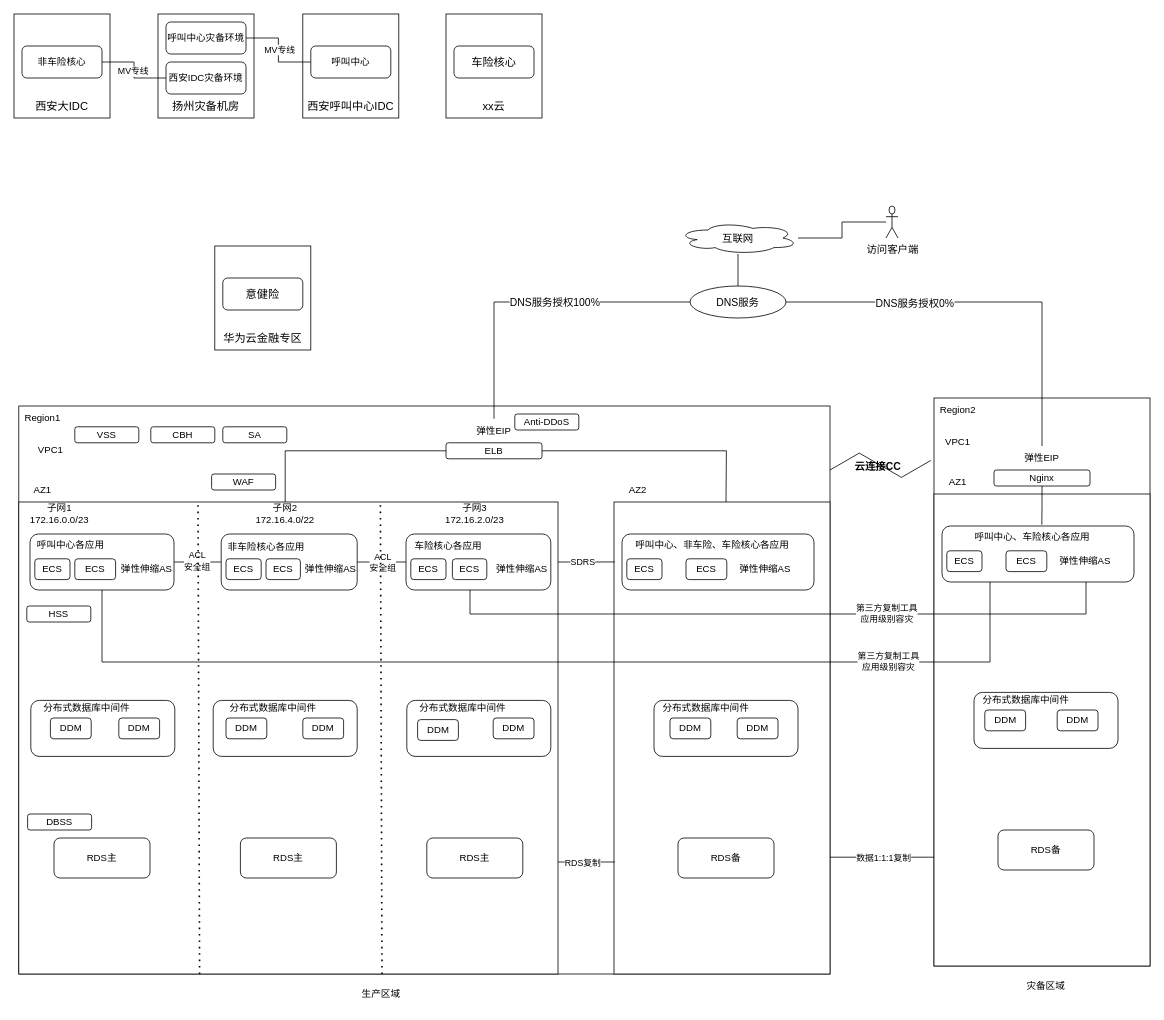
Above: 华为云上云架构设计研讨.drawio in wucaitian/wucaitian (draw.io), before the change. Source tidied: cells renumbered, new cells numbered last; positions are measured from the earlier drawing's top-left corner, leaving out a move shared by most shapes. Both pictures are drawn from the tidied source at 80%, with x=0, y=0 at pixel (14, 14).
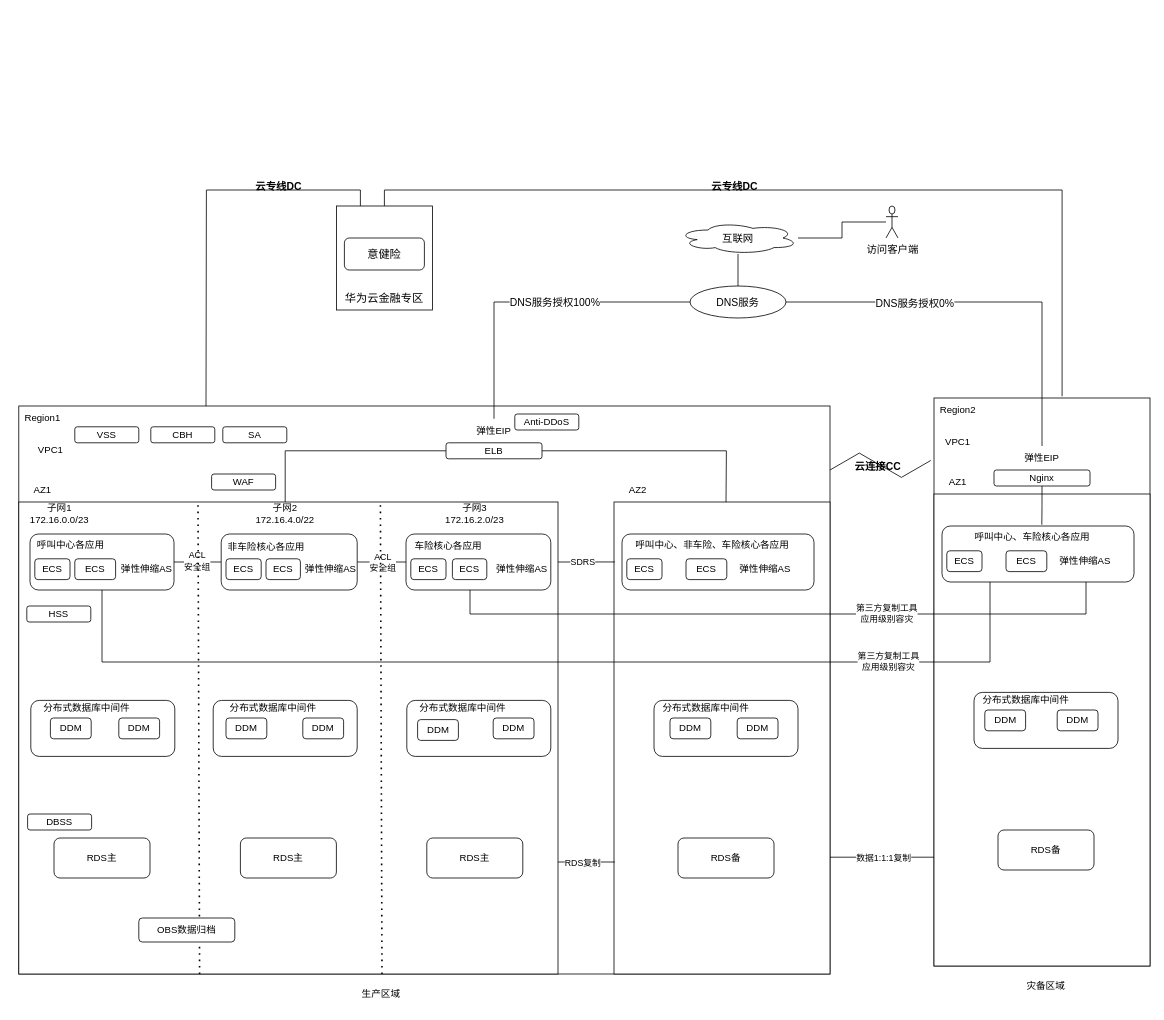
The same diagram, later.

Commit message:
更新华为云上云架构设计研讨.drawio

The change refers to these unchanged cells:
```xml
<mxCell id="25" value="&lt;p style=&quot;margin: 0pt 0pt 0.0001pt; text-align: justify; font-family: Calibri; font-size: 10.5pt;&quot; class=&quot;MsoNormal&quot;&gt;&lt;br&gt;&lt;/p&gt;" style="rounded=0;whiteSpace=wrap;html=1;" parent="1" vertex="1">
  <mxGeometry x="1150" y="480" width="270" height="710" as="geometry" />
</mxCell>
```

Diff of the diagram source:
```diff
@@
-    <mxCell id="2" value="&lt;p style=&quot;margin: 0pt 0pt 0.0001pt; text-align: justify; font-family: Calibri; font-size: 10.5pt;&quot; class=&quot;MsoNormal&quot;&gt;&lt;br&gt;&lt;/p&gt;&lt;p style=&quot;margin: 0pt 0pt 0.0001pt; text-align: justify; font-family: Calibri; font-size: 10.5pt;&quot; class=&quot;MsoNormal&quot;&gt;&lt;br&gt;&lt;/p&gt;&lt;p style=&quot;margin: 0pt 0pt 0.0001pt; text-align: justify; font-family: Calibri; font-size: 10.5pt;&quot; class=&quot;MsoNormal&quot;&gt;&lt;br&gt;&lt;/p&gt;&lt;p style=&quot;margin: 0pt 0pt 0.0001pt; text-align: justify; font-family: Calibri; font-size: 10.5pt;&quot; class=&quot;MsoNormal&quot;&gt;&lt;br&gt;&lt;/p&gt;&lt;p style=&quot;margin: 0pt 0pt 0.0001pt; text-align: justify; font-family: Calibri; font-size: 10.5pt;&quot; class=&quot;MsoNormal&quot;&gt;&lt;br&gt;&lt;/p&gt;&lt;p style=&quot;margin: 0pt 0pt 0.0001pt; text-align: justify; font-family: Calibri; font-size: 10.5pt;&quot; class=&quot;MsoNormal&quot;&gt;&lt;br&gt;&lt;/p&gt;&lt;p style=&quot;margin: 0pt 0pt 0.0001pt; text-align: justify; font-family: Calibri; font-size: 10.5pt;&quot; class=&quot;MsoNormal&quot;&gt;&lt;font face=&quot;仿宋_GB2312&quot;&gt;西安大&lt;/font&gt;&lt;font face=&quot;仿宋_GB2312&quot;&gt;IDC&lt;/font&gt;&lt;/p&gt;" style="rounded=0;whiteSpace=wrap;html=1;" parent="1" vertex="1">
-      <mxGeometry width="120" height="130" as="geometry" />
-    </mxCell>
-    <mxCell id="3" value="&lt;p style=&quot;margin: 0pt 0pt 0.0001pt; text-align: justify; font-family: Calibri; font-size: 10.5pt;&quot; class=&quot;MsoNormal&quot;&gt;&lt;br&gt;&lt;/p&gt;&lt;p style=&quot;margin: 0pt 0pt 0.0001pt; text-align: justify; font-family: Calibri; font-size: 10.5pt;&quot; class=&quot;MsoNormal&quot;&gt;&lt;br&gt;&lt;/p&gt;&lt;p style=&quot;margin: 0pt 0pt 0.0001pt; text-align: justify; font-family: Calibri; font-size: 10.5pt;&quot; class=&quot;MsoNormal&quot;&gt;&lt;br&gt;&lt;/p&gt;&lt;p style=&quot;margin: 0pt 0pt 0.0001pt; text-align: justify; font-family: Calibri; font-size: 10.5pt;&quot; class=&quot;MsoNormal&quot;&gt;&lt;br&gt;&lt;/p&gt;&lt;p style=&quot;margin: 0pt 0pt 0.0001pt; text-align: justify; font-family: Calibri; font-size: 10.5pt;&quot; class=&quot;MsoNormal&quot;&gt;&lt;br&gt;&lt;/p&gt;&lt;p style=&quot;margin: 0pt 0pt 0.0001pt; text-align: justify; font-family: Calibri; font-size: 10.5pt;&quot; class=&quot;MsoNormal&quot;&gt;&lt;br&gt;&lt;/p&gt;&lt;p style=&quot;margin: 0pt 0pt 0.0001pt; text-align: justify; font-family: Calibri; font-size: 10.5pt;&quot; class=&quot;MsoNormal&quot;&gt;&lt;font face=&quot;仿宋_GB2312&quot;&gt;扬州灾备机房&lt;/font&gt;&lt;/p&gt;" style="rounded=0;whiteSpace=wrap;html=1;" parent="1" vertex="1">
-      <mxGeometry x="180" width="120" height="130" as="geometry" />
-    </mxCell>
-    <mxCell id="4" value="&lt;p style=&quot;margin: 0pt 0pt 0.0001pt; text-align: justify; font-family: Calibri; font-size: 10.5pt;&quot; class=&quot;MsoNormal&quot;&gt;&lt;br&gt;&lt;/p&gt;&lt;p style=&quot;margin: 0pt 0pt 0.0001pt; text-align: justify; font-family: Calibri; font-size: 10.5pt;&quot; class=&quot;MsoNormal&quot;&gt;&lt;font face=&quot;仿宋_GB2312&quot;&gt;&lt;br&gt;&lt;/font&gt;&lt;/p&gt;&lt;p style=&quot;margin: 0pt 0pt 0.0001pt; text-align: justify; font-family: Calibri; font-size: 10.5pt;&quot; class=&quot;MsoNormal&quot;&gt;&lt;font face=&quot;仿宋_GB2312&quot;&gt;&lt;br&gt;&lt;/font&gt;&lt;/p&gt;&lt;p style=&quot;margin: 0pt 0pt 0.0001pt; text-align: justify; font-family: Calibri; font-size: 10.5pt;&quot; class=&quot;MsoNormal&quot;&gt;&lt;font face=&quot;仿宋_GB2312&quot;&gt;&lt;br&gt;&lt;/font&gt;&lt;/p&gt;&lt;p style=&quot;margin: 0pt 0pt 0.0001pt; text-align: justify; font-family: Calibri; font-size: 10.5pt;&quot; class=&quot;MsoNormal&quot;&gt;&lt;font face=&quot;仿宋_GB2312&quot;&gt;&lt;br&gt;&lt;/font&gt;&lt;/p&gt;&lt;p style=&quot;margin: 0pt 0pt 0.0001pt; text-align: justify; font-family: Calibri; font-size: 10.5pt;&quot; class=&quot;MsoNormal&quot;&gt;&lt;font face=&quot;仿宋_GB2312&quot;&gt;&lt;br&gt;&lt;/font&gt;&lt;/p&gt;&lt;p style=&quot;margin: 0pt 0pt 0.0001pt; text-align: justify; font-family: Calibri; font-size: 10.5pt;&quot; class=&quot;MsoNormal&quot;&gt;&lt;font style=&quot;font-size: 10.5pt;&quot; face=&quot;仿宋_GB2312&quot;&gt;西安呼叫中心&lt;/font&gt;&lt;font style=&quot;font-size: 10.5pt;&quot; face=&quot;仿宋_GB2312&quot;&gt;IDC&lt;/font&gt;&lt;br&gt;&lt;/p&gt;" style="rounded=0;whiteSpace=wrap;html=1;" parent="1" vertex="1">
-      <mxGeometry x="361" width="120" height="130" as="geometry" />
-    </mxCell>
-    <mxCell id="5" value="&lt;p style=&quot;margin: 0pt 0pt 0.0001pt; text-align: justify; font-family: Calibri; font-size: 10.5pt;&quot; class=&quot;MsoNormal&quot;&gt;&lt;span style=&quot;font-family: 仿宋_GB2312; font-size: 10.5pt;&quot;&gt;&lt;br&gt;&lt;/span&gt;&lt;/p&gt;&lt;p style=&quot;margin: 0pt 0pt 0.0001pt; text-align: justify; font-family: Calibri; font-size: 10.5pt;&quot; class=&quot;MsoNormal&quot;&gt;&lt;span style=&quot;font-family: 仿宋_GB2312; font-size: 10.5pt;&quot;&gt;&lt;br&gt;&lt;/span&gt;&lt;/p&gt;&lt;p style=&quot;margin: 0pt 0pt 0.0001pt; text-align: justify; font-family: Calibri; font-size: 10.5pt;&quot; class=&quot;MsoNormal&quot;&gt;&lt;span style=&quot;font-family: 仿宋_GB2312; font-size: 10.5pt;&quot;&gt;&lt;br&gt;&lt;/span&gt;&lt;/p&gt;&lt;p style=&quot;margin: 0pt 0pt 0.0001pt; text-align: justify; font-family: Calibri; font-size: 10.5pt;&quot; class=&quot;MsoNormal&quot;&gt;&lt;span style=&quot;font-family: 仿宋_GB2312; font-size: 10.5pt;&quot;&gt;&lt;br&gt;&lt;/span&gt;&lt;/p&gt;&lt;p style=&quot;margin: 0pt 0pt 0.0001pt; text-align: justify; font-family: Calibri; font-size: 10.5pt;&quot; class=&quot;MsoNormal&quot;&gt;&lt;span style=&quot;font-family: 仿宋_GB2312; font-size: 10.5pt;&quot;&gt;&lt;br&gt;&lt;/span&gt;&lt;/p&gt;&lt;p style=&quot;margin: 0pt 0pt 0.0001pt; text-align: justify; font-family: Calibri; font-size: 10.5pt;&quot; class=&quot;MsoNormal&quot;&gt;&lt;span style=&quot;font-family: 仿宋_GB2312; font-size: 10.5pt;&quot;&gt;&lt;br&gt;&lt;/span&gt;&lt;/p&gt;&lt;p style=&quot;margin: 0pt 0pt 0.0001pt; text-align: justify; font-family: Calibri; font-size: 10.5pt;&quot; class=&quot;MsoNormal&quot;&gt;&lt;span style=&quot;font-family: 仿宋_GB2312; font-size: 10.5pt;&quot;&gt;xx云&lt;/span&gt;&lt;br&gt;&lt;/p&gt;" style="rounded=0;whiteSpace=wrap;html=1;" parent="1" vertex="1">
-      <mxGeometry x="540" width="120" height="130" as="geometry" />
-    </mxCell>
+    <mxCell id="125" style="edgeStyle=orthogonalEdgeStyle;rounded=0;jettySize=auto;html=1;entryX=0.593;entryY=-0.003;entryDx=0;entryDy=0;entryPerimeter=0;endArrow=none;endFill=0;" parent="1" edge="1" source="6" target="25">
+      <mxGeometry relative="1" as="geometry">
+        <Array as="points">
+          <mxPoint x="463" y="220" />
+          <mxPoint x="1310" y="220" />
+        </Array>
+      </mxGeometry>
+    </mxCell>
+    <mxCell id="126" style="edgeStyle=orthogonalEdgeStyle;rounded=0;jettySize=auto;html=1;exitX=0.25;exitY=0;exitDx=0;exitDy=0;endArrow=none;endFill=0;" parent="1" edge="1" source="6">
+      <mxGeometry relative="1" as="geometry">
+        <mxPoint x="240" y="490" as="targetPoint" />
+      </mxGeometry>
+    </mxCell>
     <mxCell id="6" value="&lt;p style=&quot;margin: 0pt 0pt 0.0001pt; text-align: justify; font-family: Calibri; font-size: 10.5pt;&quot; class=&quot;MsoNormal&quot;&gt;&lt;br&gt;&lt;/p&gt;&lt;p style=&quot;margin: 0pt 0pt 0.0001pt; text-align: justify; font-family: Calibri; font-size: 10.5pt;&quot; class=&quot;MsoNormal&quot;&gt;&lt;br&gt;&lt;/p&gt;&lt;p style=&quot;margin: 0pt 0pt 0.0001pt; text-align: justify; font-family: Calibri; font-size: 10.5pt;&quot; class=&quot;MsoNormal&quot;&gt;&lt;br&gt;&lt;/p&gt;&lt;p style=&quot;margin: 0pt 0pt 0.0001pt; text-align: justify; font-family: Calibri; font-size: 10.5pt;&quot; class=&quot;MsoNormal&quot;&gt;&lt;br&gt;&lt;/p&gt;&lt;p style=&quot;margin: 0pt 0pt 0.0001pt; text-align: justify; font-family: Calibri; font-size: 10.5pt;&quot; class=&quot;MsoNormal&quot;&gt;&lt;br&gt;&lt;/p&gt;&lt;p style=&quot;margin: 0pt 0pt 0.0001pt; text-align: justify; font-family: Calibri; font-size: 10.5pt;&quot; class=&quot;MsoNormal&quot;&gt;&lt;br&gt;&lt;/p&gt;&lt;p style=&quot;margin: 0pt 0pt 0.0001pt; text-align: justify; font-family: Calibri; font-size: 10.5pt;&quot; class=&quot;MsoNormal&quot;&gt;&lt;font face=&quot;仿宋_GB2312&quot;&gt;华为云金融专区&lt;/font&gt;&lt;/p&gt;" style="rounded=0;whiteSpace=wrap;html=1;" parent="1" vertex="1">
-      <mxGeometry x="251" y="290" width="120" height="130" as="geometry" />
+      <mxGeometry x="403" y="240" width="120" height="130" as="geometry" />
     </mxCell>
-    <mxCell id="7" style="edgeStyle=orthogonalEdgeStyle;rounded=0;jettySize=auto;html=1;entryX=0;entryY=0.5;entryDx=0;entryDy=0;endArrow=none;endFill=0;" parent="1" edge="1" source="9" target="14">
-      <mxGeometry relative="1" as="geometry" />
-    </mxCell>
-    <mxCell id="8" value="MV专线" style="edgeLabel;html=1;align=center;verticalAlign=middle;" parent="7" vertex="1">
-      <mxGeometry x="0.01" y="-2" relative="1" as="geometry" />
-    </mxCell>
-    <mxCell id="9" value="非车险核心" style="rounded=1;whiteSpace=wrap;html=1;" parent="1" vertex="1">
-      <mxGeometry x="10" y="40" width="100" height="40" as="geometry" />
-    </mxCell>
-    <mxCell id="10" style="edgeStyle=orthogonalEdgeStyle;rounded=0;jettySize=auto;html=1;endArrow=none;endFill=0;" parent="1" edge="1" source="12" target="13">
-      <mxGeometry relative="1" as="geometry" />
-    </mxCell>
-    <mxCell id="11" value="MV专线" style="edgeLabel;html=1;align=center;verticalAlign=middle;" parent="10" vertex="1">
-      <mxGeometry x="0.01" y="-1" relative="1" as="geometry" />
-    </mxCell>
-    <mxCell id="12" value="呼叫中心" style="rounded=1;whiteSpace=wrap;html=1;" parent="1" vertex="1">
-      <mxGeometry x="371" y="40" width="100" height="40" as="geometry" />
-    </mxCell>
-    <mxCell id="13" value="呼叫中心灾备环境" style="rounded=1;whiteSpace=wrap;html=1;" parent="1" vertex="1">
-      <mxGeometry x="190" y="10" width="100" height="40" as="geometry" />
-    </mxCell>
-    <mxCell id="14" value="西安IDC灾备环境" style="rounded=1;whiteSpace=wrap;html=1;" parent="1" vertex="1">
-      <mxGeometry x="190" y="60" width="100" height="40" as="geometry" />
-    </mxCell>
-    <mxCell id="15" value="&lt;p style=&quot;border-color: var(--border-color); margin: 0pt 0pt 0.0001pt; text-align: justify; font-family: Calibri; font-size: 10.5pt;&quot; class=&quot;MsoNormal&quot;&gt;&lt;font style=&quot;border-color: var(--border-color);&quot; face=&quot;仿宋_GB2312&quot;&gt;车险核心&lt;/font&gt;&lt;/p&gt;" style="rounded=1;whiteSpace=wrap;html=1;" parent="1" vertex="1">
-      <mxGeometry x="550" y="40" width="100" height="40" as="geometry" />
-    </mxCell>
     <mxCell id="16" value="&lt;p style=&quot;border-color: var(--border-color); margin: 0pt 0pt 0.0001pt; text-align: justify; font-family: Calibri; font-size: 10.5pt;&quot; class=&quot;MsoNormal&quot;&gt;意健险&lt;br&gt;&lt;/p&gt;" style="rounded=1;whiteSpace=wrap;html=1;" parent="1" vertex="1">
-      <mxGeometry x="261" y="330" width="100" height="40" as="geometry" />
+      <mxGeometry x="413" y="280" width="100" height="40" as="geometry" />
     </mxCell>
@@
+    <mxCell id="127" value="云专线DC" style="text;html=1;strokeColor=none;fillColor=none;align=center;verticalAlign=middle;whiteSpace=wrap;rounded=0;fontStyle=1;fontSize=13;" parent="1" vertex="1">
+      <mxGeometry x="301" y="200" width="60" height="30" as="geometry" />
+    </mxCell>
+    <mxCell id="128" value="云专线DC" style="text;html=1;strokeColor=none;fillColor=none;align=center;verticalAlign=middle;whiteSpace=wrap;rounded=0;fontStyle=1;fontSize=13;" parent="1" vertex="1">
+      <mxGeometry x="871" y="200" width="60" height="30" as="geometry" />
+    </mxCell>
+    <mxCell id="129" value="OBS数据归档" style="rounded=1;whiteSpace=wrap;html=1;" parent="1" vertex="1">
+      <mxGeometry x="156" y="1130" width="120" height="30" as="geometry" />
+    </mxCell>
```
